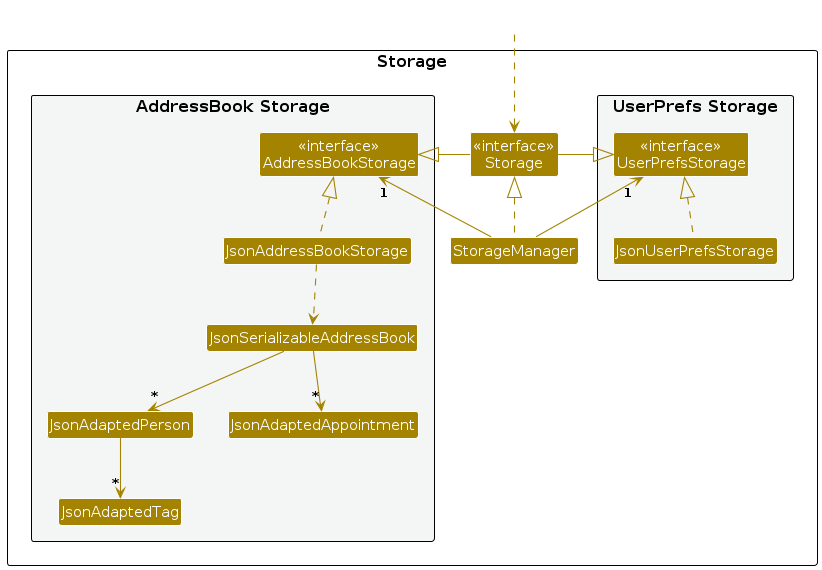
This is diagrams/StorageClassDiagram.png from xuelinglow/tp, a PlantUML export, as it was before one commit. Its source is kept beside it as diagrams/StorageClassDiagram.puml. The source it was exported from:
```plantuml
@startuml
!include style.puml
skinparam arrowThickness 1.1
skinparam arrowColor STORAGE_COLOR
skinparam classBackgroundColor STORAGE_COLOR

package Storage as StoragePackage {

package "UserPrefs Storage" #F4F6F6{
Class "<<interface>>\nUserPrefsStorage" as UserPrefsStorage
Class JsonUserPrefsStorage
}

Class "<<interface>>\nStorage" as Storage
Class StorageManager

package "AddressBook Storage" #F4F6F6{
Class "<<interface>>\nAddressBookStorage" as AddressBookStorage
Class JsonAddressBookStorage
Class JsonSerializableAddressBook
Class JsonAdaptedPerson
Class JsonAdaptedTag
Class JsonAdaptedAppointment
}

}

Class HiddenOutside #FFFFFF
HiddenOutside ..> Storage

StorageManager .up.|> Storage
StorageManager -up-> "1" UserPrefsStorage
StorageManager -up-> "1" AddressBookStorage

Storage -left-|> UserPrefsStorage
Storage -right-|> AddressBookStorage

JsonUserPrefsStorage .up.|> UserPrefsStorage
JsonAddressBookStorage .up.|> AddressBookStorage
JsonAddressBookStorage ..> JsonSerializableAddressBook
JsonSerializableAddressBook --> "*" JsonAdaptedPerson
JsonSerializableAddressBook --> "*" JsonAdaptedAppointment
JsonAdaptedPerson --> "*" JsonAdaptedTag

@enduml
```
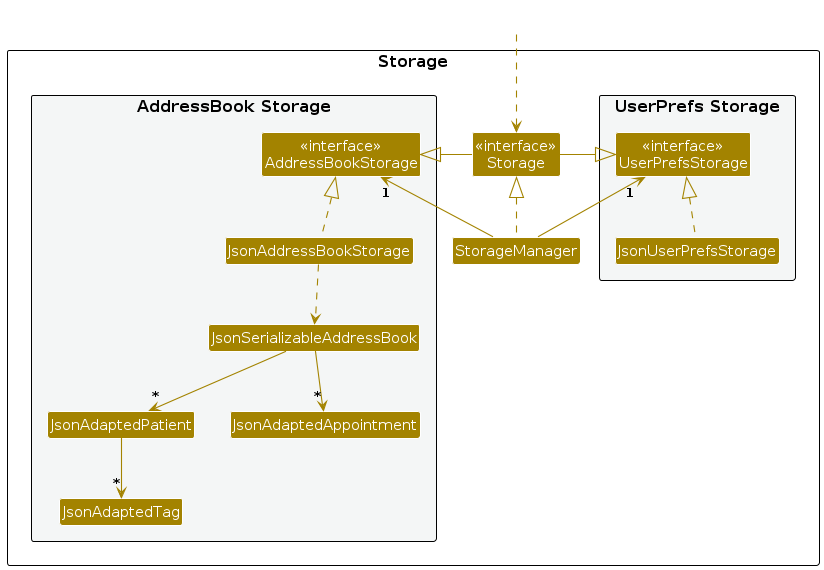
The same diagram one commit later.

Diff of the diagram source:
```diff
@@ -18,7 +18,7 @@
 Class "<<interface>>\nAddressBookStorage" as AddressBookStorage
 Class JsonAddressBookStorage
 Class JsonSerializableAddressBook
-Class JsonAdaptedPerson
+Class JsonAdaptedPatient
 Class JsonAdaptedTag
 Class JsonAdaptedAppointment
 }
@@ -38,8 +38,8 @@
 JsonUserPrefsStorage .up.|> UserPrefsStorage
 JsonAddressBookStorage .up.|> AddressBookStorage
 JsonAddressBookStorage ..> JsonSerializableAddressBook
-JsonSerializableAddressBook --> "*" JsonAdaptedPerson
+JsonSerializableAddressBook --> "*" JsonAdaptedPatient
 JsonSerializableAddressBook --> "*" JsonAdaptedAppointment
-JsonAdaptedPerson --> "*" JsonAdaptedTag
+JsonAdaptedPatient --> "*" JsonAdaptedTag
 
 @enduml
```
